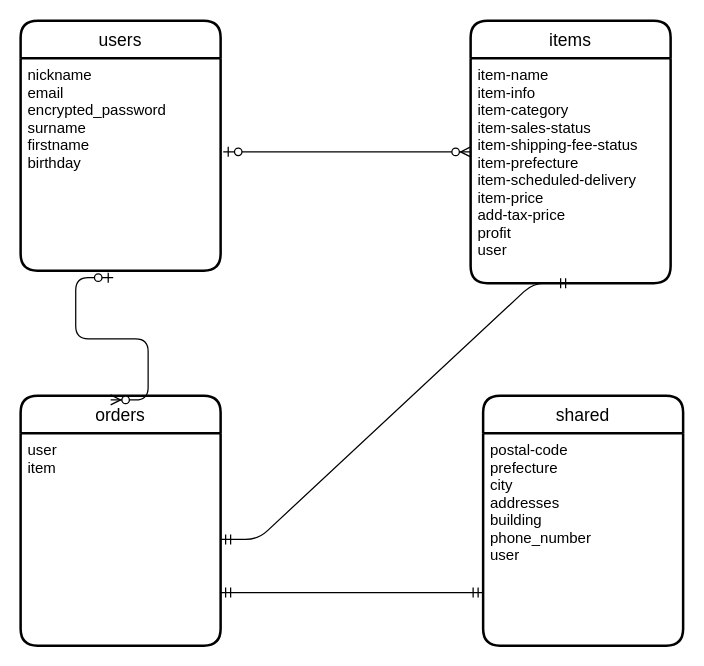
Above: test.dio in kedani/furima-33037 (draw.io), before the change. Source tidied: cells renumbered, new cells numbered last; positions are measured from the earlier drawing's top-left corner, leaving out a move shared by most shapes. Both pictures are drawn from the tidied source at 125%, with x=0, y=0 at pixel (20, 20).
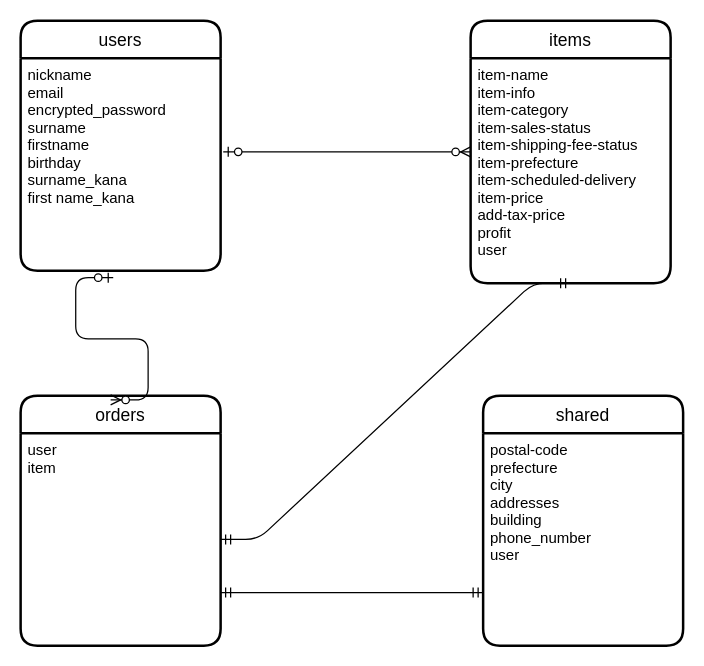
The same page after the edit.

Commit message (it also covers changes not shown here):
再確認ER図も添えて

What changed in the source:
```diff
@@
 <mxGraphModel>
   <root>
     <mxCell id="0" />
     <mxCell id="1" parent="0" />
     <mxCell id="2" value="users" style="swimlane;horizontal=1;startSize=30;rounded=1;fontSize=14;fontStyle=0;strokeWidth=2;shadow=0;dashed=0;align=center;" parent="1" vertex="1">
       <mxGeometry width="160" height="200" as="geometry" />
     </mxCell>
-    <mxCell id="3" value="nickname&#10;email&#10;encrypted_password&#10;surname&#10;firstname&#10;birthday" style="align=left;strokeColor=none;fillColor=none;spacingLeft=4;fontSize=12;verticalAlign=top;" parent="2" vertex="1">
+    <mxCell id="3" value="nickname&#10;email&#10;encrypted_password&#10;surname&#10;firstname&#10;birthday&#10;surname_kana&#10;first name_kana" style="align=left;strokeColor=none;fillColor=none;spacingLeft=4;fontSize=12;verticalAlign=top;" parent="2" vertex="1">
       <mxGeometry y="30" width="160" height="170" as="geometry" />
     </mxCell>
     <mxCell id="4" value="shared" style="swimlane;horizontal=1;startSize=30;rounded=1;fontSize=14;fontStyle=0;strokeWidth=2;shadow=0;dashed=0;align=center;" parent="1" vertex="1">
       <mxGeometry x="370" y="300" width="160" height="200" as="geometry" />
     </mxCell>
     <mxCell id="5" value="postal-code&#10;prefecture&#10;city&#10;addresses&#10;building&#10;phone_number&#10;user" style="align=left;strokeColor=none;fillColor=none;spacingLeft=4;fontSize=12;verticalAlign=top;" parent="4" vertex="1">
       <mxGeometry y="30" width="160" height="170" as="geometry" />
     </mxCell>
     <mxCell id="6" value="orders" style="swimlane;horizontal=1;startSize=30;rounded=1;fontSize=14;fontStyle=0;strokeWidth=2;shadow=0;dashed=0;align=center;" parent="1" vertex="1">
       <mxGeometry y="300" width="160" height="200" as="geometry" />
     </mxCell>
     <mxCell id="7" value="user&#10;item" style="align=left;strokeColor=none;fillColor=none;spacingLeft=4;fontSize=12;verticalAlign=top;" parent="6" vertex="1">
       <mxGeometry y="30" width="160" height="170" as="geometry" />
     </mxCell>
     <mxCell id="8" value="items" style="swimlane;horizontal=1;startSize=30;rounded=1;fontSize=14;fontStyle=0;strokeWidth=2;shadow=0;dashed=0;align=center;" parent="1" vertex="1">
       <mxGeometry x="360" width="160" height="210" as="geometry" />
     </mxCell>
     <mxCell id="9" value="item-name&#10;item-info&#10;item-category&#10;item-sales-status&#10;item-shipping-fee-status&#10;item-prefecture&#10;item-scheduled-delivery&#10;item-price&#10;add-tax-price&#10;profit&#10;user" style="align=left;strokeColor=none;fillColor=none;spacingLeft=4;fontSize=12;verticalAlign=top;" parent="8" vertex="1">
       <mxGeometry y="30" width="160" height="180" as="geometry" />
     </mxCell>
     <mxCell id="10" style="edgeStyle=entityRelationEdgeStyle;fontSize=12;html=1;endArrow=ERmandOne;startArrow=ERmandOne;entryX=0.5;entryY=1;entryDx=0;entryDy=0;exitX=1;exitY=0.5;exitDx=0;exitDy=0;" parent="1" edge="1" source="7" target="9">
       <mxGeometry relative="1" as="geometry" />
     </mxCell>
     <mxCell id="11" style="edgeStyle=entityRelationEdgeStyle;fontSize=12;html=1;endArrow=ERmandOne;startArrow=ERmandOne;entryX=0;entryY=0.75;entryDx=0;entryDy=0;exitX=1;exitY=0.75;exitDx=0;exitDy=0;" parent="1" edge="1" source="7" target="5">
       <mxGeometry relative="1" as="geometry" />
     </mxCell>
     <mxCell id="12" style="edgeStyle=entityRelationEdgeStyle;fontSize=12;html=1;endArrow=ERzeroToMany;startArrow=ERzeroToOne;entryX=0;entryY=0.5;entryDx=0;entryDy=0;exitX=1.013;exitY=0.441;exitDx=0;exitDy=0;exitPerimeter=0;" parent="1" edge="1" source="3" target="8">
       <mxGeometry relative="1" as="geometry" />
     </mxCell>
     <mxCell id="13" style="edgeStyle=entityRelationEdgeStyle;fontSize=12;html=1;endArrow=ERzeroToMany;startArrow=ERzeroToOne;exitX=0.463;exitY=1.033;exitDx=0;exitDy=0;exitPerimeter=0;entryX=0.45;entryY=0.017;entryDx=0;entryDy=0;entryPerimeter=0;" parent="1" edge="1" source="3" target="6">
       <mxGeometry relative="1" as="geometry" />
     </mxCell>
   </root>
 </mxGraphModel>
```
